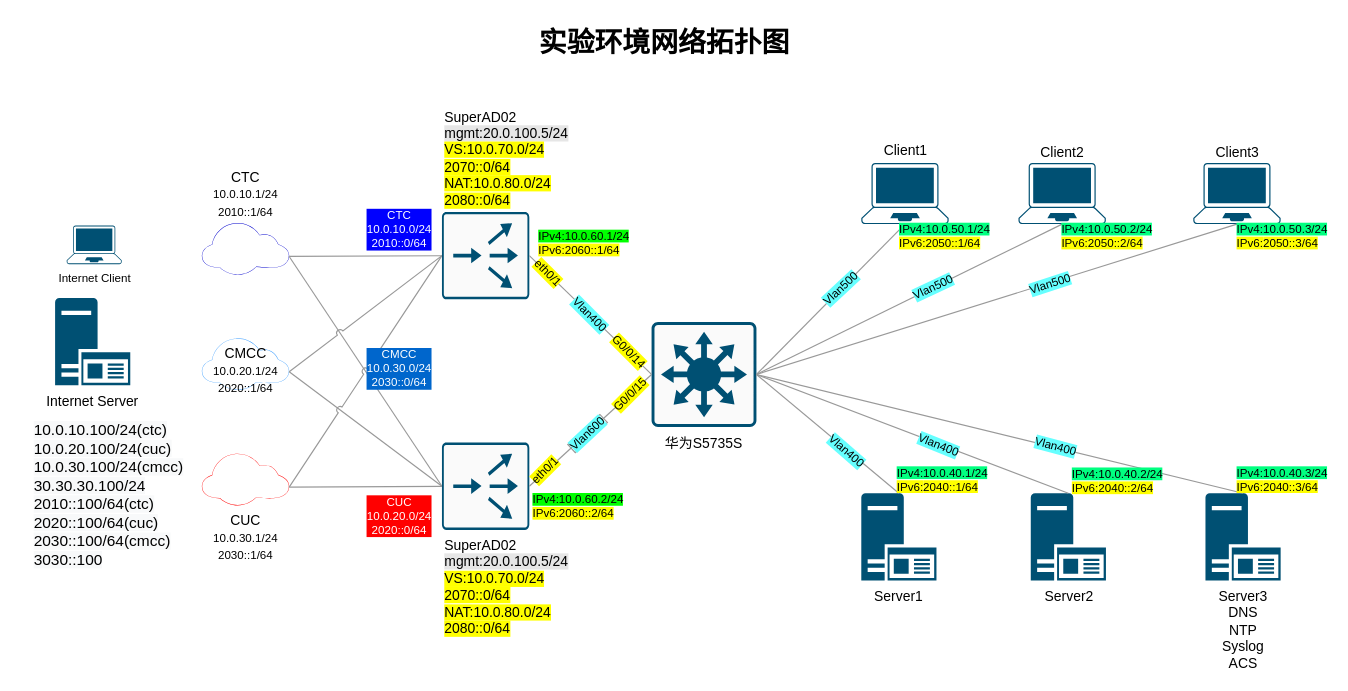
This is page "测试环境网络拓扑图" (1 of 5) of Untitled Diagram.drawio from ahhfltj/cloud, a draw.io file, before an edit. Source tidied: cells renumbered, new cells numbered last; positions are measured from the earlier drawing's top-left corner, leaving out a move shared by most shapes. Both pictures are drawn from the tidied source at 116%, with x=0, y=0 at pixel (20, 20).
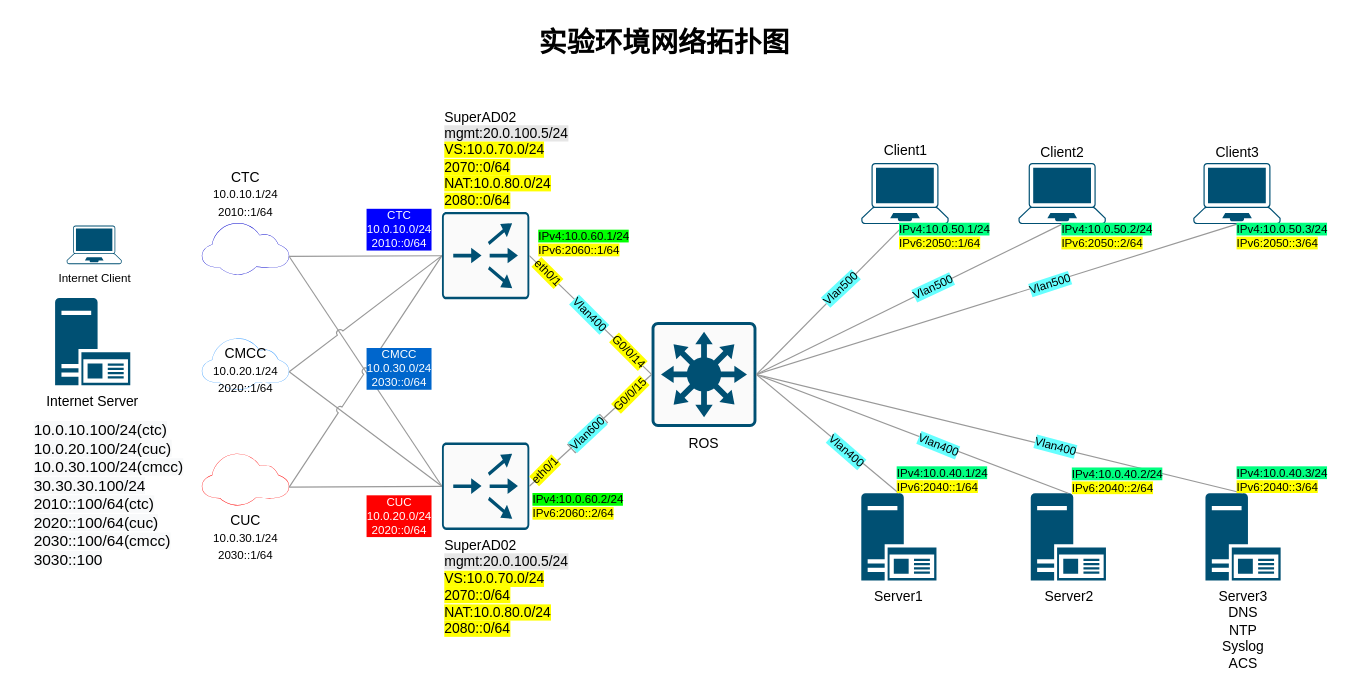
After the change.

Unchanged cells that the change refers to:
```xml
<mxCell id="6" style="group;" parent="1" vertex="1">
  <mxGeometry x="107.4" y="123" width="1006.1" height="360" as="geometry" />
</mxCell>
```

The edit, as a diff of the source:
```diff
@@
-    <mxCell id="17" value="华为S5735S" style="points=[[0.015,0.015,0],[0.985,0.015,0],[0.985,0.985,0],[0.015,0.985,0],[0.25,0,0],[0.5,0,0],[0.75,0,0],[1,0.25,0],[1,0.5,0],[1,0.75,0],[0.75,1,0],[0.5,1,0],[0.25,1,0],[0,0.75,0],[0,0.5,0],[0,0.25,0]];verticalLabelPosition=bottom;html=1;verticalAlign=top;align=center;shape=mxgraph.cisco19.rect;prIcon=l3_switch;fillColor=#FAFAFA;strokeColor=#005073;" parent="6" vertex="1">
+    <mxCell id="17" value="ROS" style="points=[[0.015,0.015,0],[0.985,0.015,0],[0.985,0.985,0],[0.015,0.985,0],[0.25,0,0],[0.5,0,0],[0.75,0,0],[1,0.25,0],[1,0.5,0],[1,0.75,0],[0.75,1,0],[0.5,1,0],[0.25,1,0],[0,0.75,0],[0,0.5,0],[0,0.25,0]];verticalLabelPosition=bottom;html=1;verticalAlign=top;align=center;shape=mxgraph.cisco19.rect;prIcon=l3_switch;fillColor=#FAFAFA;strokeColor=#005073;" parent="6" vertex="1">
       <mxGeometry x="436.8" y="137.1" width="90.4" height="90.4" as="geometry" />
     </mxCell>
```
